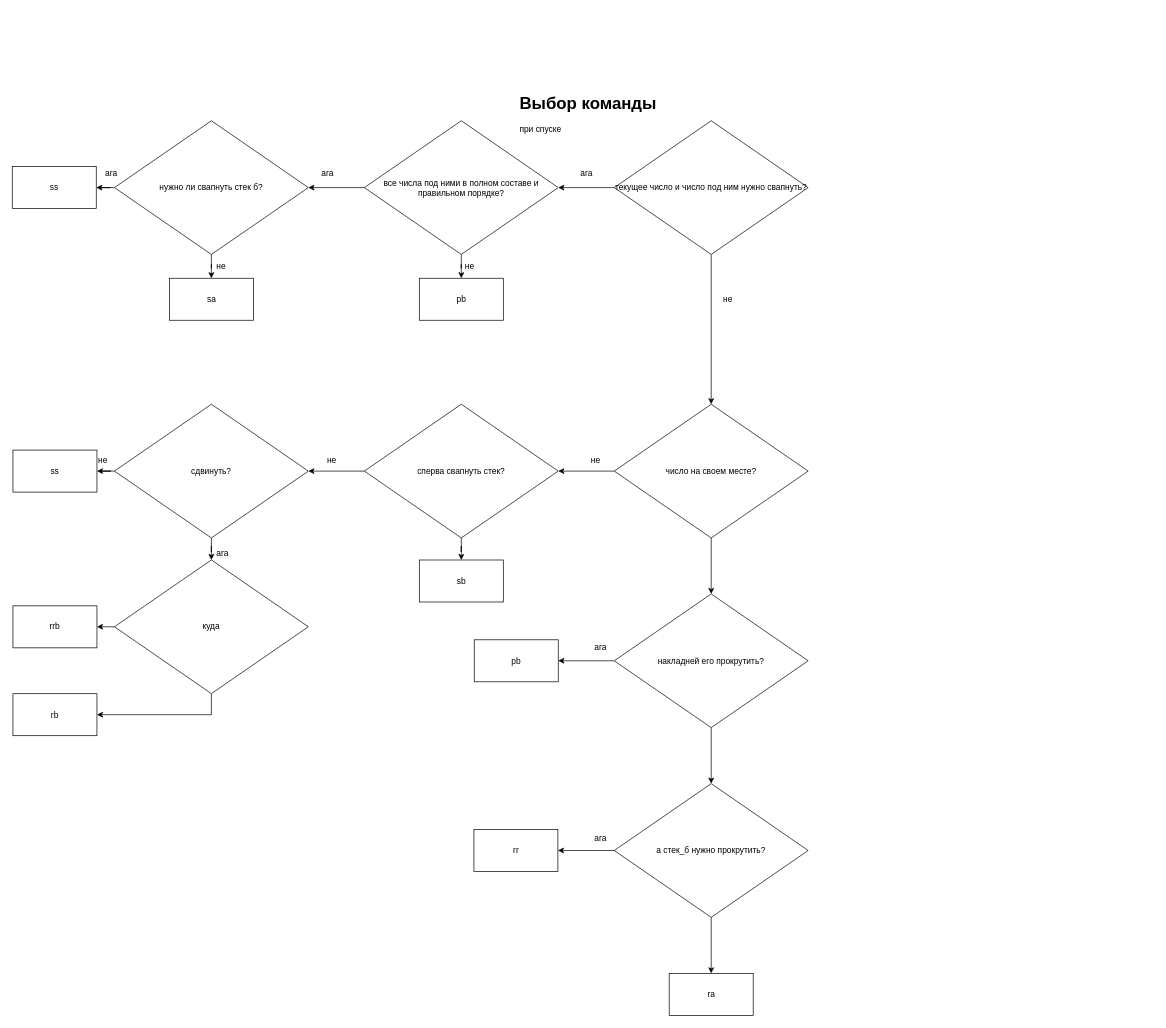
andru196/push_swap keeps this draw.io diagram as page "Page-2" (2 of 3) of algo.drawio. Above is the earlier version. Source tidied: cells renumbered, new cells numbered last; positions are measured from the earlier drawing's top-left corner, leaving out a move shared by most shapes. Both pictures are drawn from the tidied source at 70%, with x=0, y=0 at pixel (12, 89).
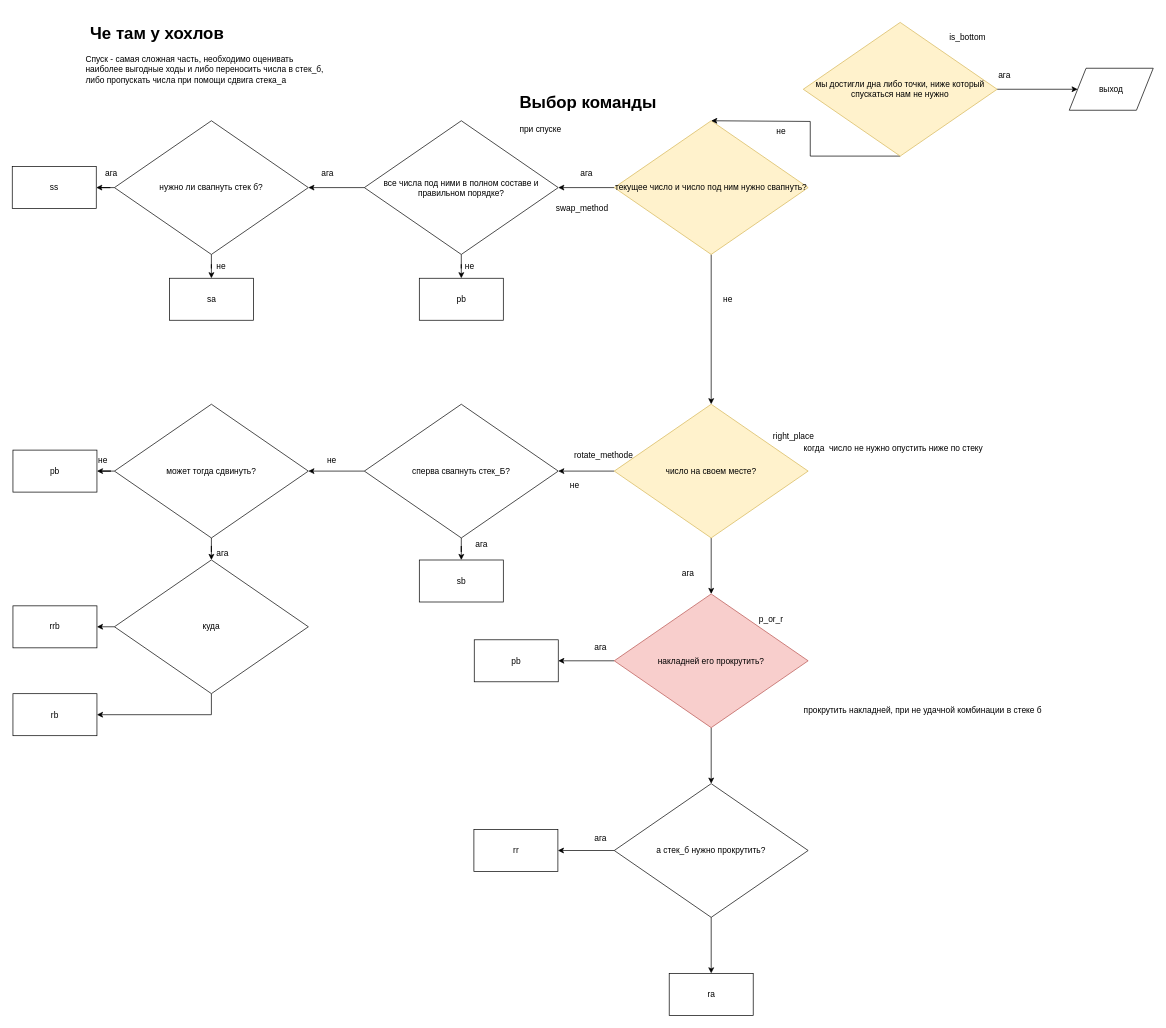
The same diagram, later.

Diff of the diagram source:
```diff
@@
-    <mxCell id="4" value="текущее число и число под ним нужно свапнуть?" style="rhombus;whiteSpace=wrap;html=1;" parent="1" vertex="1">
+    <mxCell id="4" value="текущее число и число под ним нужно свапнуть?" style="rhombus;whiteSpace=wrap;html=1;fillColor=#fff2cc;strokeColor=#d6b656;" parent="1" vertex="1">
       <mxGeometry x="860" y="45" width="277" height="191" as="geometry" />
     </mxCell>
@@
-    <mxCell id="6" style="edgeStyle=orthogonalEdgeStyle;rounded=0;jettySize=auto;html=1;" parent="1" edge="1" source="7" target="10">
+    <mxCell id="6" style="edgeStyle=orthogonalEdgeStyle;rounded=0;jettySize=auto;html=1;entryX=0.5;entryY=0;entryDx=0;entryDy=0;" parent="1" edge="1" source="7" target="10">
       <mxGeometry relative="1" as="geometry" />
     </mxCell>
-    <mxCell id="7" value="число на своем месте?" style="rhombus;whiteSpace=wrap;html=1;" parent="1" vertex="1">
+    <mxCell id="7" value="число на своем месте?" style="rhombus;whiteSpace=wrap;html=1;fillColor=#fff2cc;strokeColor=#d6b656;" parent="1" vertex="1">
       <mxGeometry x="860" y="450" width="277" height="191" as="geometry" />
     </mxCell>
+    <mxCell id="52" style="edgeStyle=orthogonalEdgeStyle;rounded=0;jettySize=auto;html=1;entryX=0.5;entryY=0;entryDx=0;entryDy=0;exitX=0.5;exitY=1;exitDx=0;exitDy=0;" parent="1" edge="1" source="54" target="4">
+      <mxGeometry relative="1" as="geometry">
+        <Array as="points">
+          <mxPoint x="1140" y="96" />
+          <mxPoint x="1140" y="46" />
+        </Array>
+      </mxGeometry>
+    </mxCell>
+    <mxCell id="53" style="edgeStyle=orthogonalEdgeStyle;rounded=0;jettySize=auto;html=1;entryX=0;entryY=0.5;entryDx=0;entryDy=0;" parent="1" edge="1" source="54" target="57">
+      <mxGeometry relative="1" as="geometry" />
+    </mxCell>
+    <mxCell id="54" value="мы достигли дна либо точки, ниже который спускаться нам не нужно" style="rhombus;whiteSpace=wrap;html=1;fillColor=#fff2cc;strokeColor=#d6b656;" parent="1" vertex="1">
+      <mxGeometry x="1130" y="-95.5" width="277" height="191" as="geometry" />
+    </mxCell>
@@
-    <mxCell id="10" value="накладней его прокрутить?" style="rhombus;whiteSpace=wrap;html=1;" parent="1" vertex="1">
+    <mxCell id="10" value="накладней его прокрутить?" style="rhombus;whiteSpace=wrap;html=1;fillColor=#f8cecc;strokeColor=#b85450;" parent="1" vertex="1">
       <mxGeometry x="860" y="721" width="277" height="191" as="geometry" />
     </mxCell>
@@
-    <mxCell id="16" value="сперва свапнуть стек?" style="rhombus;whiteSpace=wrap;html=1;" parent="1" vertex="1">
+    <mxCell id="16" value="сперва свапнуть стек_Б?" style="rhombus;whiteSpace=wrap;html=1;" parent="1" vertex="1">
       <mxGeometry x="503" y="450" width="277" height="191" as="geometry" />
     </mxCell>
@@
-    <mxCell id="19" value="сдвинуть?" style="rhombus;whiteSpace=wrap;html=1;" parent="1" vertex="1">
+    <mxCell id="19" value="может тогда сдвинуть?" style="rhombus;whiteSpace=wrap;html=1;" parent="1" vertex="1">
       <mxGeometry x="146" y="450" width="277" height="191" as="geometry" />
     </mxCell>
@@
     <mxCell id="36" value="не" style="text;html=1;align=left;verticalAlign=top;spacingTop=-4;" parent="1" vertex="1">
-      <mxGeometry x="825" y="520" width="30" height="20" as="geometry" />
+      <mxGeometry x="794.5" y="555.5" width="30" height="20" as="geometry" />
     </mxCell>
@@
-    <mxCell id="38" value="ss" style="rounded=0;whiteSpace=wrap;html=1;" parent="1" vertex="1">
+    <mxCell id="38" value="pb" style="rounded=0;whiteSpace=wrap;html=1;" parent="1" vertex="1">
       <mxGeometry x="1" y="515.5" width="120" height="60" as="geometry" />
     </mxCell>
@@
+    <mxCell id="55" value="&lt;h1&gt;&amp;nbsp;Че там у хохлов&lt;/h1&gt;&lt;p&gt;Спуск - самая сложная часть, необходимо оценивать наиболее выгодные ходы и либо переносить числа в стек_б, либо пропускать числа при помощи сдвига стека_а&lt;/p&gt;" style="text;html=1;strokeColor=none;fillColor=none;spacing=5;spacingTop=-20;whiteSpace=wrap;overflow=hidden;rounded=0;" parent="1" vertex="1">
+      <mxGeometry x="100" y="-100" width="360" height="120" as="geometry" />
+    </mxCell>
+    <mxCell id="56" value="ага" style="text;html=1;align=left;verticalAlign=top;spacingTop=-4;" parent="1" vertex="1">
+      <mxGeometry x="1407" y="-30" width="30" height="20" as="geometry" />
+    </mxCell>
+    <mxCell id="57" value="выход" style="shape=parallelogram;perimeter=parallelogramPerimeter;whiteSpace=wrap;html=1;" parent="1" vertex="1">
+      <mxGeometry x="1510" y="-30" width="120" height="60" as="geometry" />
+    </mxCell>
+    <mxCell id="58" value="не" style="text;html=1;align=left;verticalAlign=top;spacingTop=-4;" parent="1" vertex="1">
+      <mxGeometry x="1090" y="50" width="30" height="20" as="geometry" />
+    </mxCell>
+    <mxCell id="59" value="&lt;div&gt;&lt;span&gt;is_bottom&lt;/span&gt;&lt;/div&gt;" style="text;html=1;align=left;verticalAlign=top;spacingTop=-4;" parent="1" vertex="1">
+      <mxGeometry x="1337" y="-84" width="70" height="20" as="geometry" />
+    </mxCell>
+    <mxCell id="60" value="swap_method" style="text;html=1;" parent="1" vertex="1">
+      <mxGeometry x="775" y="155.5" width="100" height="30" as="geometry" />
+    </mxCell>
+    <mxCell id="61" value="&lt;div&gt;&lt;span&gt;rotate_methode&lt;/span&gt;&lt;/div&gt;" style="text;html=1;align=left;verticalAlign=top;spacingTop=-4;" parent="1" vertex="1">
+      <mxGeometry x="801" y="514" width="100" height="20" as="geometry" />
+    </mxCell>
+    <mxCell id="62" value="&lt;div&gt;&lt;span&gt;right_place&lt;/span&gt;&lt;/div&gt;" style="text;html=1;align=left;verticalAlign=top;spacingTop=-4;" parent="1" vertex="1">
+      <mxGeometry x="1085" y="486" width="70" height="20" as="geometry" />
+    </mxCell>
+    <mxCell id="63" value="&lt;div&gt;&lt;span&gt;p_or_r&lt;/span&gt;&lt;/div&gt;" style="text;html=1;align=left;verticalAlign=top;spacingTop=-4;" parent="1" vertex="1">
+      <mxGeometry x="1065" y="748" width="50" height="20" as="geometry" />
+    </mxCell>
+    <mxCell id="64" value="когда&amp;nbsp; число не нужно опустить ниже по стеку" style="text;html=1;align=left;verticalAlign=top;spacingTop=-4;" parent="1" vertex="1">
+      <mxGeometry x="1128.5" y="504" width="280" height="20" as="geometry" />
+    </mxCell>
+    <mxCell id="65" value="ага" style="text;html=1;align=left;verticalAlign=top;spacingTop=-4;" parent="1" vertex="1">
+      <mxGeometry x="955" y="682" width="30" height="20" as="geometry" />
+    </mxCell>
+    <mxCell id="66" value="ага" style="text;html=1;align=left;verticalAlign=top;spacingTop=-4;" parent="1" vertex="1">
+      <mxGeometry x="659.5" y="641" width="30" height="20" as="geometry" />
+    </mxCell>
+    <mxCell id="67" value="прокрутить накладней, при не удачной комбинации в стеке б" style="text;html=1;align=left;verticalAlign=top;spacingTop=-4;" parent="1" vertex="1">
+      <mxGeometry x="1129" y="878" width="370" height="20" as="geometry" />
+    </mxCell>
```
